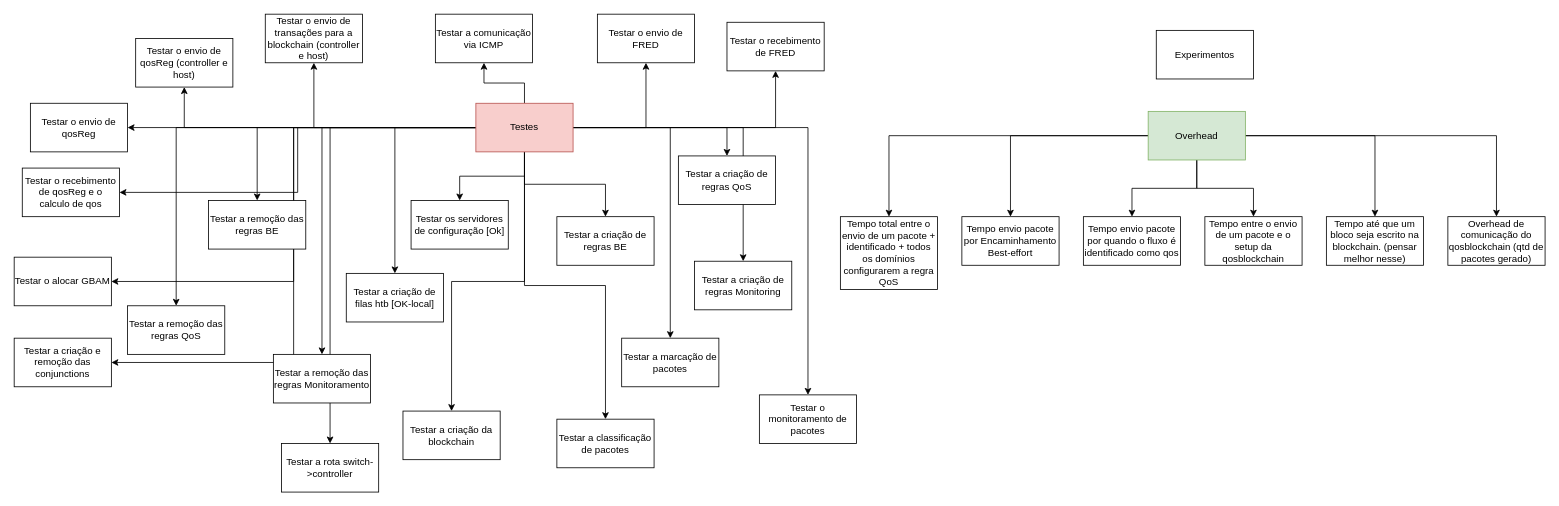
Before: page "Experimentos" (2 of 9) of planejamento_diario.drawio in NiltonMocelin/FLOWPRI-SDN2, a draw.io diagram. Source tidied: cells renumbered, new cells numbered last; positions are measured from the earlier drawing's top-left corner, leaving out a move shared by most shapes. Both pictures are drawn from the tidied source at 81%, with x=0, y=0 at pixel (14, 14).
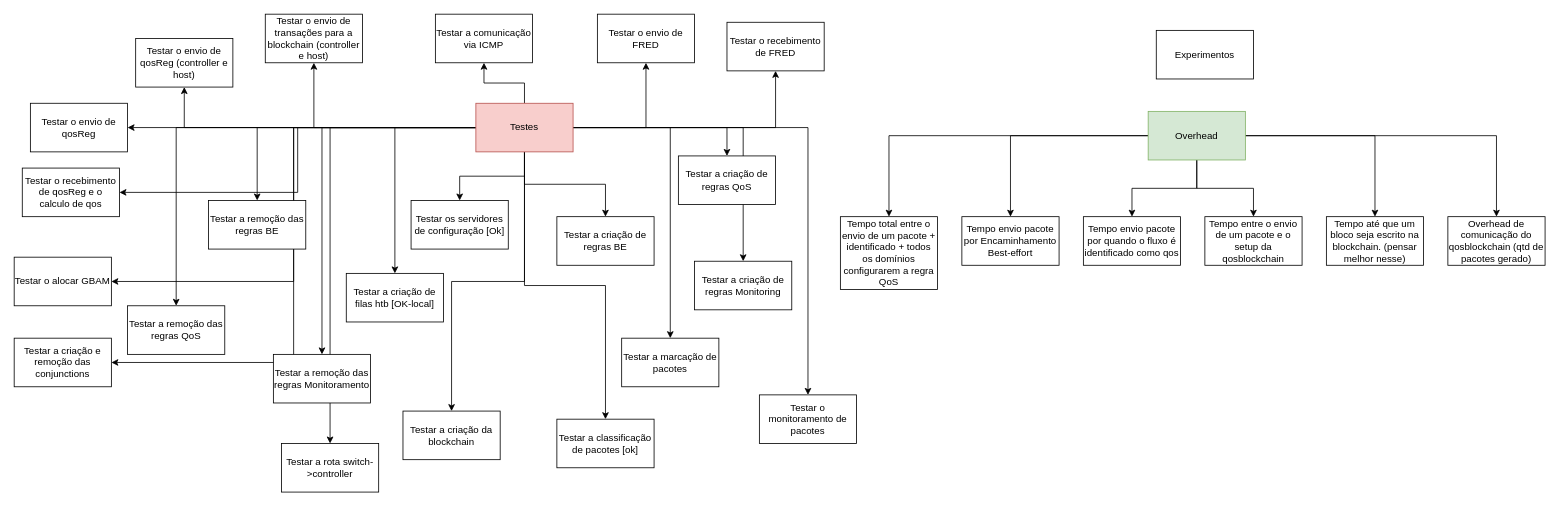
The same page after the edit.

The edit, as a diff of the source:
```diff
@@
-    <mxCell id="49" value="Testar a classificação de pacotes" style="rounded=0;whiteSpace=wrap;html=1;" parent="1" vertex="1">
+    <mxCell id="49" value="Testar a classificação de pacotes [ok]" style="rounded=0;whiteSpace=wrap;html=1;" parent="1" vertex="1">
       <mxGeometry x="670" y="500" width="120" height="60" as="geometry" />
     </mxCell>
```
